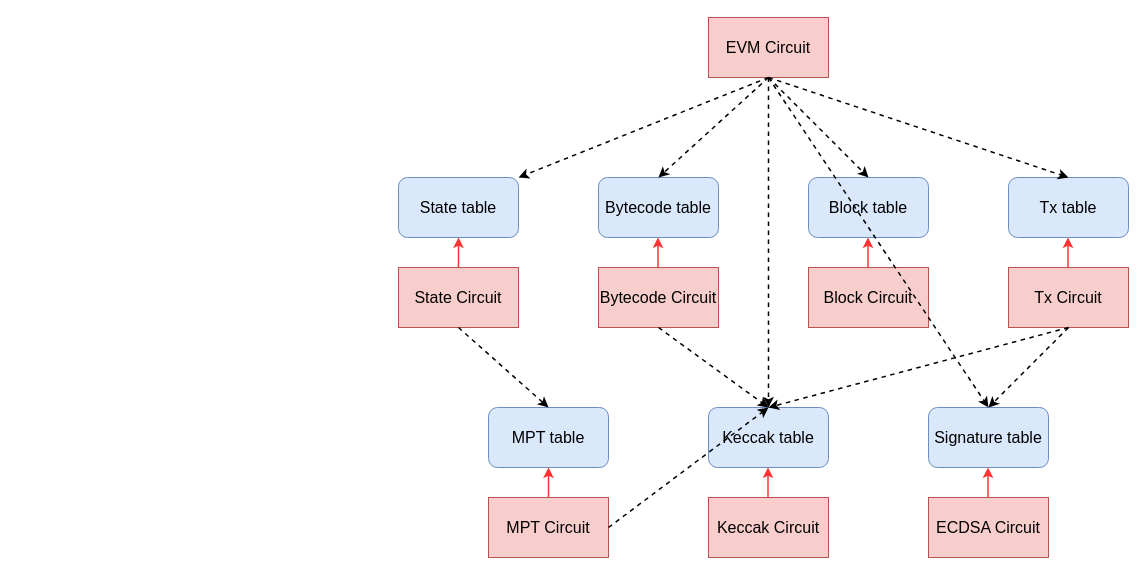
0xyicheng/a-research-diagram keeps this draw.io diagram as zkevm/doc archi.drawio. Above is the earlier version. Source tidied: cells renumbered, new cells numbered last; positions are measured from the earlier drawing's top-left corner, leaving out a move shared by most shapes. Both pictures are drawn from the tidied source at 100%, with x=0, y=0 at pixel (398, 17).
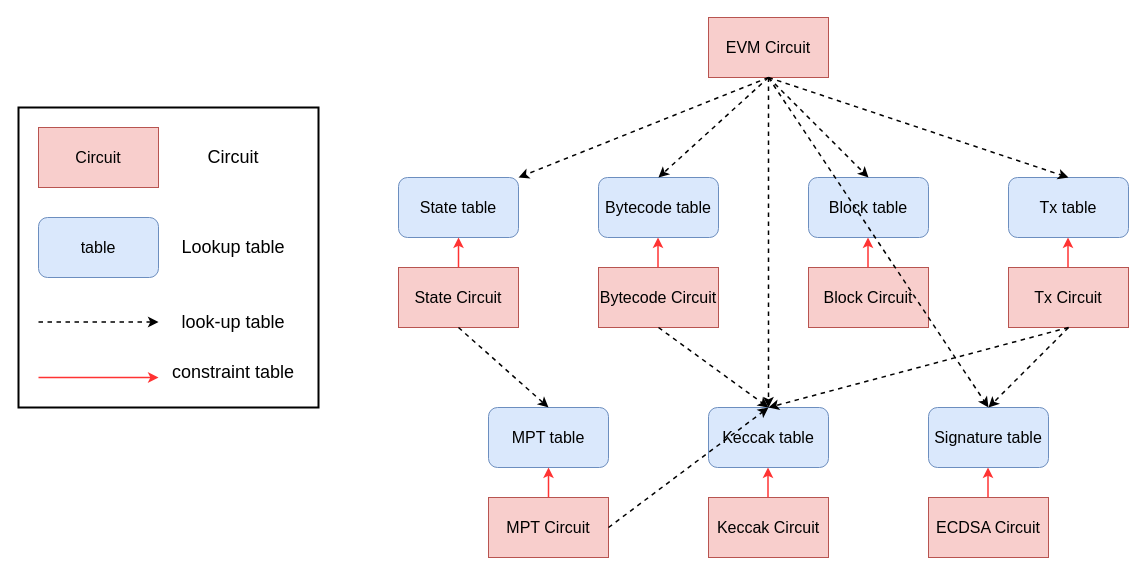
The same diagram, later.

The edit, as a diff of the source:
```diff
@@
+    <mxCell id="35" style="whiteSpace=wrap;html=1;fontSize=16;fillColor=none;strokeColor=#000000;strokeWidth=2;" parent="1" vertex="1">
+      <mxGeometry x="-380" y="90" width="300" height="300" as="geometry" />
+    </mxCell>
+    <mxCell id="36" value="&lt;span style=&quot;&quot;&gt;Circuit&lt;/span&gt;" style="rounded=0;whiteSpace=wrap;html=1;fontSize=16;fillColor=#f8cecc;strokeColor=#b85450;" parent="1" vertex="1">
+      <mxGeometry x="-360" y="110" width="120" height="60" as="geometry" />
+    </mxCell>
+    <mxCell id="37" value="&lt;font style=&quot;font-size: 16px;&quot;&gt;table&lt;/font&gt;" style="rounded=1;whiteSpace=wrap;html=1;fillColor=#dae8fc;strokeColor=#6c8ebf;" parent="1" vertex="1">
+      <mxGeometry x="-360" y="200" width="120" height="60" as="geometry" />
+    </mxCell>
+    <mxCell id="38" style="endArrow=classic;html=1;rounded=0;fontSize=16;strokeColor=#FF3333;strokeWidth=1.5;" parent="1" edge="1">
+      <mxGeometry relative="1" as="geometry">
+        <mxPoint x="-360" y="360" as="sourcePoint" />
+        <mxPoint x="-240" y="360" as="targetPoint" />
+      </mxGeometry>
+    </mxCell>
+    <mxCell id="39" style="endArrow=classic;html=1;rounded=0;fontSize=16;exitX=0.5;exitY=1;exitDx=0;exitDy=0;dashed=1;strokeWidth=1.5;" parent="1" edge="1">
+      <mxGeometry relative="1" as="geometry">
+        <mxPoint x="-360" y="304.5" as="sourcePoint" />
+        <mxPoint x="-240" y="304.5" as="targetPoint" />
+      </mxGeometry>
+    </mxCell>
+    <mxCell id="40" value="&lt;font style=&quot;font-size: 18px;&quot;&gt;Circuit&lt;/font&gt;" style="text;html=1;strokeColor=none;fillColor=none;align=center;verticalAlign=middle;whiteSpace=wrap;rounded=0;fontSize=16;" parent="1" vertex="1">
+      <mxGeometry x="-230" y="135" width="130" height="10" as="geometry" />
+    </mxCell>
+    <mxCell id="41" value="&lt;font style=&quot;font-size: 18px;&quot;&gt;Lookup table&lt;/font&gt;" style="text;html=1;strokeColor=none;fillColor=none;align=center;verticalAlign=middle;whiteSpace=wrap;rounded=0;fontSize=16;" parent="1" vertex="1">
+      <mxGeometry x="-230" y="225" width="130" height="10" as="geometry" />
+    </mxCell>
+    <mxCell id="42" value="constraint table" style="text;html=1;strokeColor=none;fillColor=none;align=center;verticalAlign=middle;whiteSpace=wrap;rounded=0;fontSize=18;" parent="1" vertex="1">
+      <mxGeometry x="-235" y="340" width="140" height="30" as="geometry" />
+    </mxCell>
+    <mxCell id="43" value="look-up table" style="text;html=1;strokeColor=none;fillColor=none;align=center;verticalAlign=middle;whiteSpace=wrap;rounded=0;fontSize=18;" parent="1" vertex="1">
+      <mxGeometry x="-235" y="290" width="140" height="30" as="geometry" />
+    </mxCell>
```
